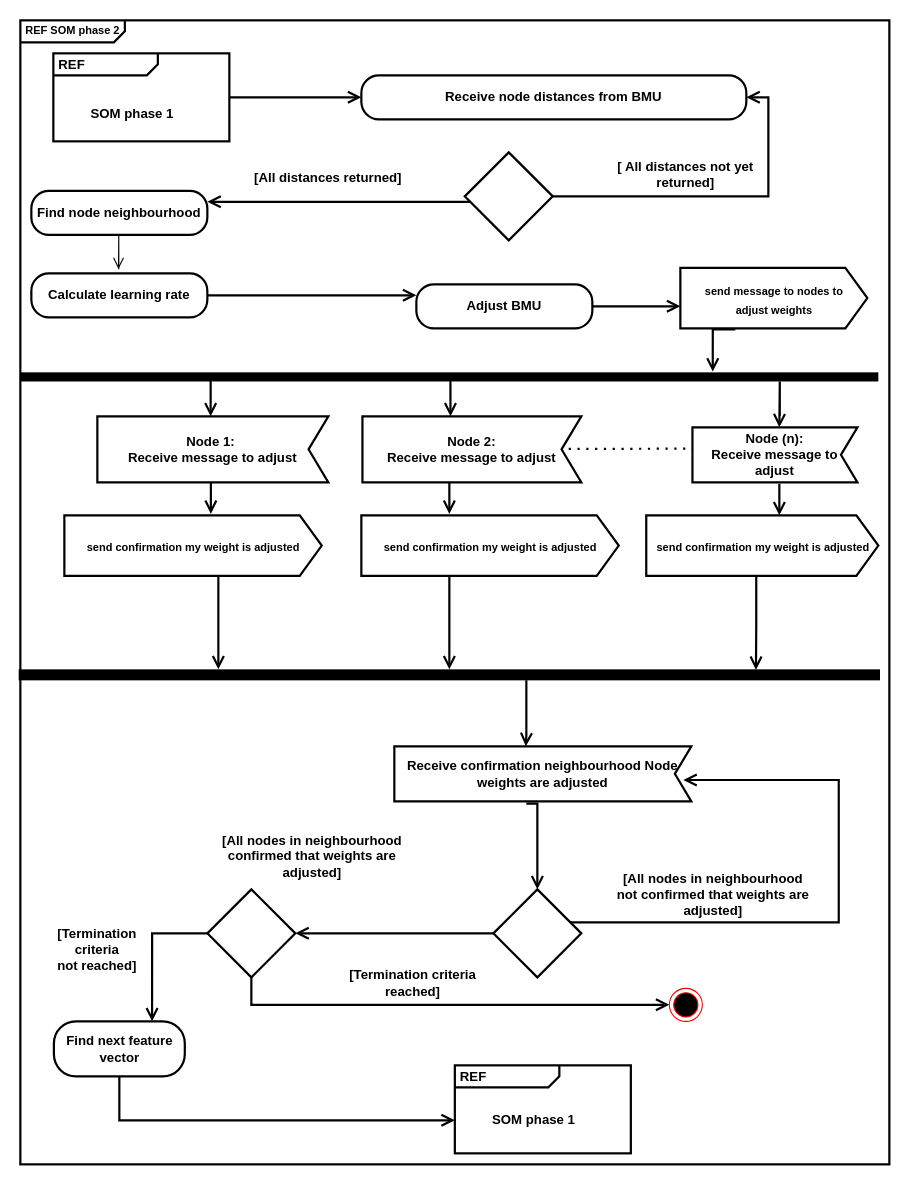
The draw.io diagram ActivityDiagram2.drawio in vanelopethecoder/som-basic, before the edit. Source tidied: cells renumbered, new cells numbered last; positions are measured from the earlier drawing's top-left corner, leaving out a move shared by most shapes. Both pictures are drawn from the tidied source at 110%, with x=0, y=0 at pixel (18, 20).
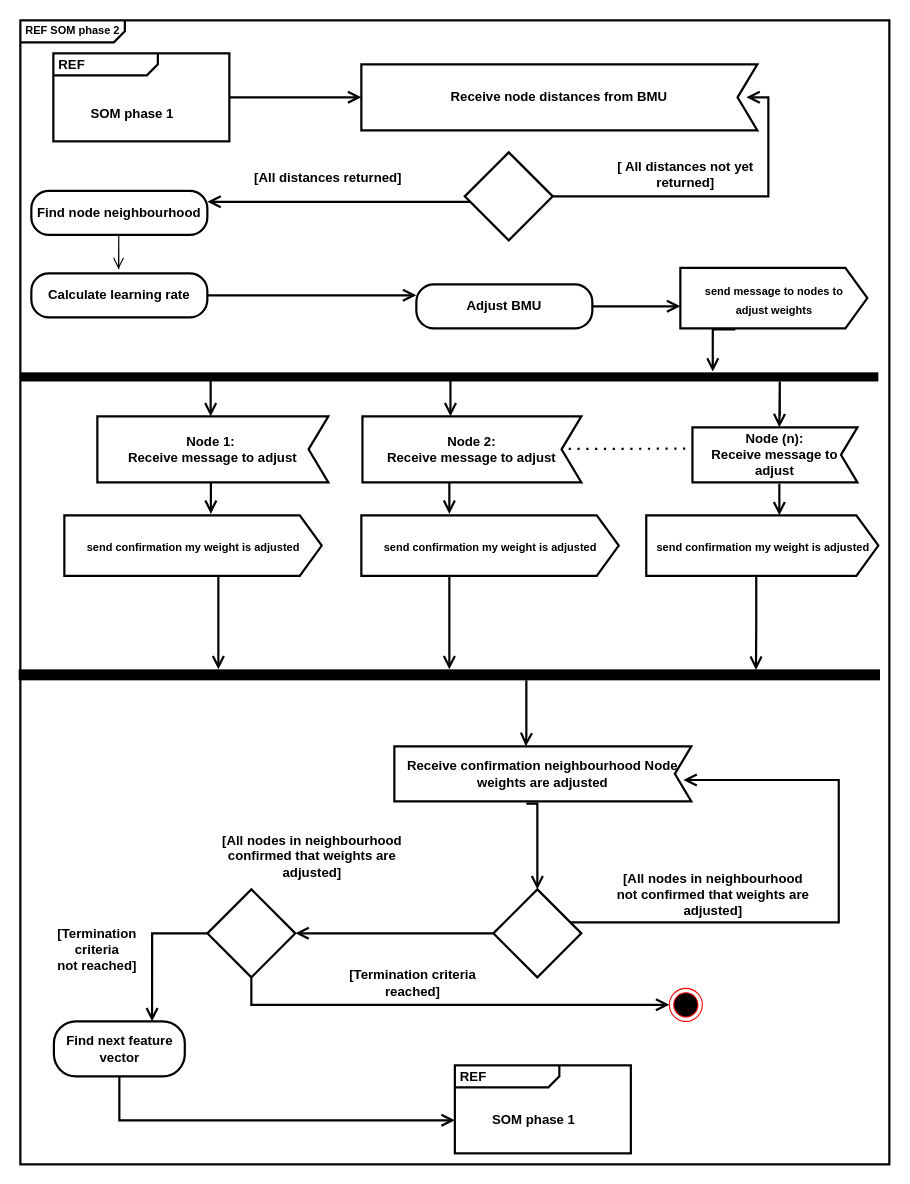
The same diagram, later.

Unchanged cells that the change refers to:
```xml
<mxCell id="9" style="rhombus;whiteSpace=wrap;html=1;strokeWidth=2;" parent="1" vertex="1">
  <mxGeometry x="406" y="120" width="80" height="80" as="geometry" />
</mxCell>
<mxCell id="20" value="&lt;p style=&quot;margin: 0px ; margin-top: 4px ; margin-left: 5px ; text-align: left&quot;&gt;&lt;b&gt;REF&amp;nbsp;&lt;/b&gt;&lt;/p&gt;" style="html=1;shape=mxgraph.sysml.package;overflow=fill;labelX=95;align=left;spacingLeft=5;verticalAlign=top;spacingTop=-3;strokeWidth=2;" parent="1" vertex="1">
  <mxGeometry x="32" y="30" width="160" height="80" as="geometry" />
</mxCell>
```

The edit, as a diff of the source:
```diff
@@
-    <mxCell id="8" value="&lt;b&gt;Receive node distances from BMU&lt;/b&gt;" style="rounded=1;whiteSpace=wrap;html=1;arcSize=40;fontColor=#000000;fillColor=#FFFFFF;strokeColor=#000000;strokeWidth=2;" parent="1" vertex="1">
-      <mxGeometry x="312" y="50" width="350" height="40" as="geometry" />
-    </mxCell>
@@
-    <mxCell id="10" style="edgeStyle=orthogonalEdgeStyle;html=1;verticalAlign=bottom;endArrow=open;endSize=8;strokeColor=#000000;rounded=0;entryX=1;entryY=0.5;entryDx=0;entryDy=0;exitX=1;exitY=0.5;exitDx=0;exitDy=0;strokeWidth=2;" parent="1" edge="1" source="9" target="8">
+    <mxCell id="10" style="edgeStyle=orthogonalEdgeStyle;html=1;verticalAlign=bottom;endArrow=open;endSize=8;strokeColor=#000000;rounded=0;entryX=1;entryY=0.5;entryDx=0;entryDy=0;exitX=1;exitY=0.5;exitDx=0;exitDy=0;strokeWidth=2;" parent="1" edge="1" source="9">
       <mxGeometry relative="1" as="geometry">
+        <mxPoint x="662" y="70" as="targetPoint" />
         <Array as="points">
           <mxPoint x="682" y="160" />
           <mxPoint x="682" y="70" />
         </Array>
       </mxGeometry>
     </mxCell>
@@
-    <mxCell id="21" style="edgeStyle=orthogonalEdgeStyle;html=1;verticalAlign=bottom;endArrow=open;endSize=8;strokeColor=#000000;rounded=0;entryX=0;entryY=0.5;entryDx=0;entryDy=0;exitX=1;exitY=0.5;exitDx=0;exitDy=0;exitPerimeter=0;strokeWidth=2;" parent="1" edge="1" source="20" target="8">
+    <mxCell id="21" style="edgeStyle=orthogonalEdgeStyle;html=1;verticalAlign=bottom;endArrow=open;endSize=8;strokeColor=#000000;rounded=0;entryX=0;entryY=0.5;entryDx=0;entryDy=0;exitX=1;exitY=0.5;exitDx=0;exitDy=0;exitPerimeter=0;strokeWidth=2;" parent="1" edge="1" source="20">
       <mxGeometry relative="1" as="geometry">
+        <mxPoint x="312" y="70" as="targetPoint" />
         <Array as="points">
           <mxPoint x="272" y="70" />
         </Array>
       </mxGeometry>
     </mxCell>
@@
+    <mxCell id="8" value="Receive node distances from BMU" style="shape=mxgraph.sysml.accEvent;flipH=1;whiteSpace=wrap;align=center;strokeWidth=2;fontStyle=1;" parent="1" vertex="1">
+      <mxGeometry x="312" y="40" width="360" height="60" as="geometry" />
+    </mxCell>
```
